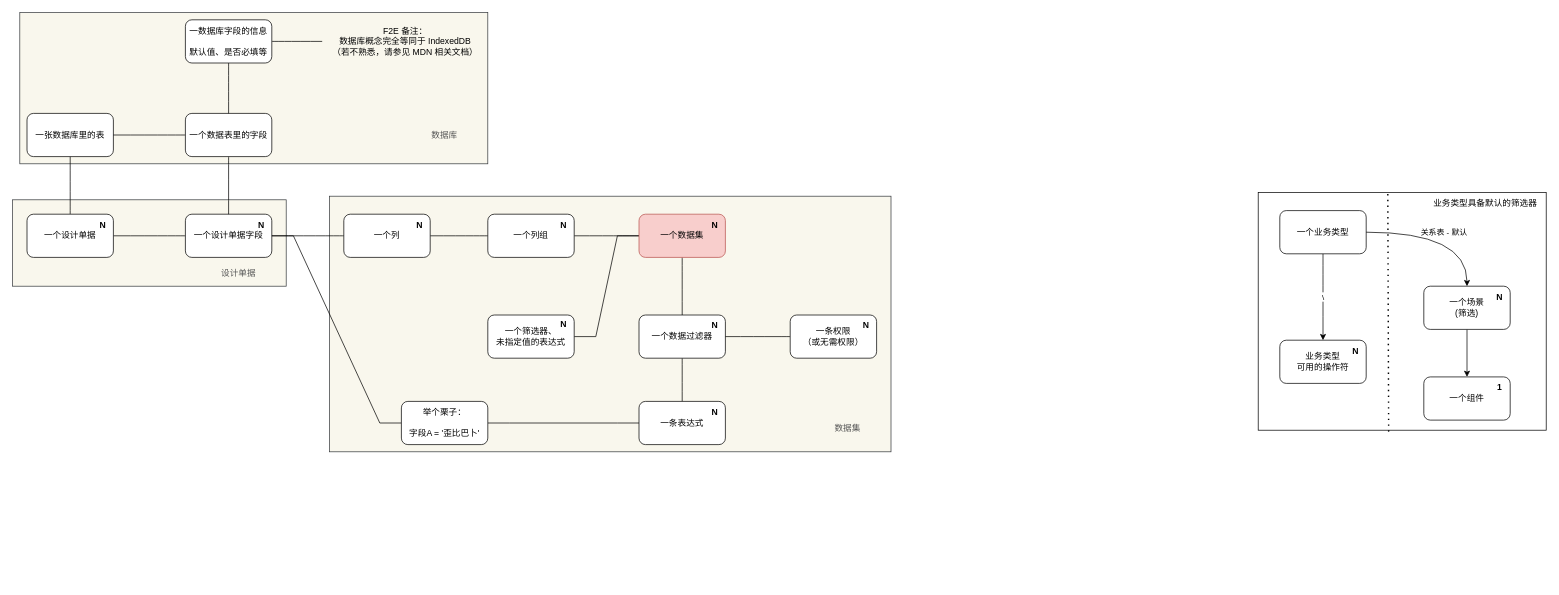
Before: page "Dataset Struct" (6 of 6) of 结构分析.drawio in uiosun/diagrams, a draw.io diagram. Source tidied: cells renumbered, new cells numbered last; positions are measured from the earlier drawing's top-left corner, leaving out a move shared by most shapes. Both pictures are drawn from the tidied source at 72%, with x=0, y=0 at pixel (12, 12).
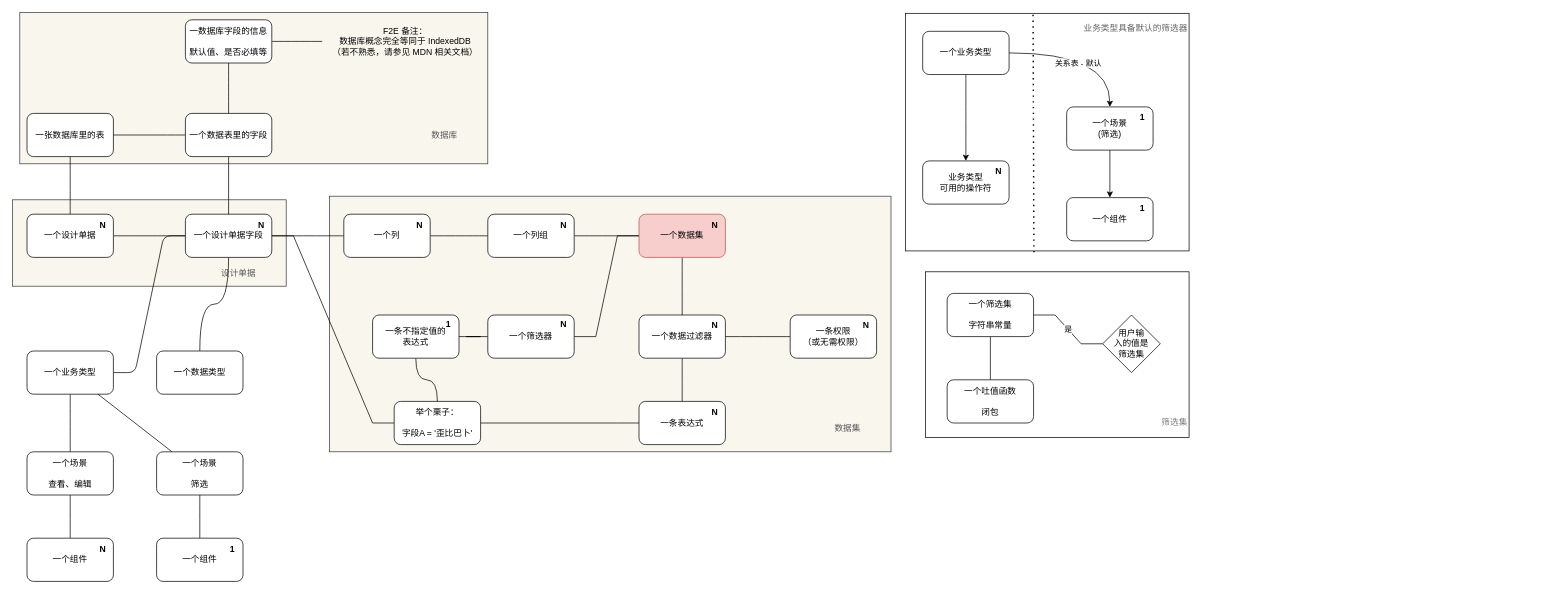
Above is the later version.

Unchanged cells that the change refers to:
```xml
<mxCell id="19" value="一个设计单据字段" style="whiteSpace=wrap;html=1;rounded=1;" parent="1" vertex="1">
  <mxGeometry x="240" y="280" width="120" height="60" as="geometry" />
</mxCell>
```

The edit, as a diff of the source:
```diff
@@
+    <mxCell id="56" style="edgeStyle=orthogonalEdgeStyle;curved=1;rounded=1;jettySize=auto;html=1;endArrow=none;endFill=0;" parent="1" edge="1" source="19" target="66">
+      <mxGeometry relative="1" as="geometry" />
+    </mxCell>
@@
-    <mxCell id="30" style="rounded=0;whiteSpace=wrap;html=1;" parent="1" vertex="1">
-      <mxGeometry x="1730" y="250" width="400" height="330" as="geometry" />
+    <mxCell id="30" value="&lt;span style=&quot;&quot;&gt;&lt;font color=&quot;#636363&quot;&gt;业务类型具备默认的筛选器&lt;br&gt;&lt;br&gt;&lt;br&gt;&lt;br&gt;&lt;br&gt;&lt;br&gt;&lt;br&gt;&lt;br&gt;&lt;br&gt;&lt;br&gt;&lt;br&gt;&lt;br&gt;&lt;br&gt;&lt;br&gt;&lt;br&gt;&lt;br&gt;&lt;br&gt;&lt;br&gt;&lt;br&gt;&lt;br&gt;&lt;/font&gt;&lt;br&gt;&lt;/span&gt;" style="rounded=0;whiteSpace=wrap;html=1;align=right;" parent="1" vertex="1">
+      <mxGeometry x="1240" y="1" width="394" height="330" as="geometry" />
     </mxCell>
-    <mxCell id="31" value="业务类型具备默认的筛选器" style="text;html=1;align=center;verticalAlign=middle;strokeColor=none;fillColor=none;" parent="1" vertex="1">
-      <mxGeometry x="1960" y="250" width="170" height="30" as="geometry" />
-    </mxCell>
-    <mxCell id="32" value="\&lt;br&gt;" style="edgeStyle=orthogonalEdgeStyle;rounded=0;jettySize=auto;html=1;curved=1;" parent="1" edge="1" source="33" target="34">
+    <mxCell id="32" style="edgeStyle=orthogonalEdgeStyle;rounded=0;jettySize=auto;html=1;curved=1;" parent="1" edge="1" source="33" target="34">
       <mxGeometry relative="1" as="geometry" />
     </mxCell>
     <mxCell id="33" value="&lt;div&gt;一个业务类型&lt;/div&gt;" style="rounded=1;whiteSpace=wrap;html=1;" parent="1" vertex="1">
-      <mxGeometry x="1760" y="275" width="120" height="60" as="geometry" />
+      <mxGeometry x="1264" y="26" width="120" height="60" as="geometry" />
     </mxCell>
     <mxCell id="34" value="&lt;div&gt;业务类型&lt;/div&gt;&lt;div&gt;可用的操作符&lt;/div&gt;" style="rounded=1;whiteSpace=wrap;html=1;" parent="1" vertex="1">
-      <mxGeometry x="1760" y="455" width="120" height="60" as="geometry" />
+      <mxGeometry x="1264" y="206" width="120" height="60" as="geometry" />
     </mxCell>
@@
     <mxCell id="36" value="&lt;div&gt;一个场景&lt;/div&gt;&lt;div&gt;(筛选)&lt;/div&gt;" style="rounded=1;whiteSpace=wrap;html=1;" parent="1" vertex="1">
-      <mxGeometry x="1960" y="380" width="120" height="60" as="geometry" />
+      <mxGeometry x="1464" y="131" width="120" height="60" as="geometry" />
     </mxCell>
     <mxCell id="37" value="关系表 - 默认" style="edgeStyle=orthogonalEdgeStyle;rounded=0;jettySize=auto;html=1;curved=1;" parent="1" edge="1" source="33" target="36">
-      <mxGeometry relative="1" as="geometry" />
+      <mxGeometry x="-0.11" y="-14" relative="1" as="geometry" />
     </mxCell>
     <mxCell id="38" value="一个组件" style="rounded=1;whiteSpace=wrap;html=1;" parent="1" vertex="1">
-      <mxGeometry x="1960" y="506" width="120" height="60" as="geometry" />
+      <mxGeometry x="1464" y="257" width="120" height="60" as="geometry" />
     </mxCell>
@@
     <mxCell id="42" value="举个栗子：&lt;br&gt;&lt;br&gt;字段A = '歪比巴卜'" style="rounded=1;whiteSpace=wrap;html=1;" parent="1" vertex="1">
-      <mxGeometry x="540" y="540" width="120" height="60" as="geometry" />
+      <mxGeometry x="530" y="540" width="120" height="60" as="geometry" />
     </mxCell>
+    <mxCell id="57" style="edgeStyle=entityRelationEdgeStyle;rounded=0;jettySize=auto;html=1;endArrow=none;endFill=0;" parent="1" edge="1" source="43" target="59">
+      <mxGeometry relative="1" as="geometry" />
+    </mxCell>
-    <mxCell id="43" value="一个筛选器、&lt;br&gt;未指定值的表达式" style="rounded=1;whiteSpace=wrap;html=1;" parent="1" vertex="1">
+    <mxCell id="43" value="一个筛选器" style="rounded=1;whiteSpace=wrap;html=1;" parent="1" vertex="1">
       <mxGeometry x="660" y="420" width="120" height="60" as="geometry" />
     </mxCell>
@@
     <mxCell id="53" value="&lt;b&gt;N&lt;/b&gt;" style="text;html=1;align=center;verticalAlign=middle;strokeColor=none;fillColor=none;" parent="1" vertex="1">
-      <mxGeometry x="1850" y="455" width="30" height="30" as="geometry" />
+      <mxGeometry x="1354" y="206" width="30" height="30" as="geometry" />
     </mxCell>
-    <mxCell id="54" value="&lt;b&gt;N&lt;/b&gt;" style="text;html=1;align=center;verticalAlign=middle;strokeColor=none;fillColor=none;" parent="1" vertex="1">
-      <mxGeometry x="2050" y="380" width="30" height="30" as="geometry" />
+    <mxCell id="54" value="&lt;b&gt;1&lt;/b&gt;" style="text;html=1;align=center;verticalAlign=middle;strokeColor=none;fillColor=none;" parent="1" vertex="1">
+      <mxGeometry x="1554" y="131" width="30" height="30" as="geometry" />
     </mxCell>
     <mxCell id="55" value="&lt;b&gt;1&lt;/b&gt;" style="text;html=1;align=center;verticalAlign=middle;strokeColor=none;fillColor=none;" parent="1" vertex="1">
-      <mxGeometry x="2050" y="506" width="30" height="30" as="geometry" />
+      <mxGeometry x="1554" y="257" width="30" height="30" as="geometry" />
     </mxCell>
+    <mxCell id="58" style="edgeStyle=orthogonalEdgeStyle;rounded=0;jettySize=auto;html=1;endArrow=none;endFill=0;curved=1;" parent="1" edge="1" source="59" target="42">
+      <mxGeometry relative="1" as="geometry" />
+    </mxCell>
+    <mxCell id="59" value="一条不指定值的&lt;br&gt;表达式" style="rounded=1;whiteSpace=wrap;html=1;" parent="1" vertex="1">
+      <mxGeometry x="500" y="420" width="120" height="60" as="geometry" />
+    </mxCell>
+    <mxCell id="60" value="&lt;span style=&quot;&quot;&gt;&lt;font color=&quot;#7d7d7d&quot;&gt;&lt;br&gt;&lt;br&gt;&lt;br&gt;&lt;br&gt;&lt;br&gt;&lt;br&gt;&lt;br&gt;&lt;br&gt;&lt;br&gt;&lt;br&gt;&lt;br&gt;&lt;br&gt;&lt;br&gt;筛选集&lt;/font&gt;&lt;/span&gt;" style="rounded=0;whiteSpace=wrap;html=1;align=right;" parent="1" vertex="1">
+      <mxGeometry x="1268" y="360" width="366" height="230" as="geometry" />
+    </mxCell>
+    <mxCell id="61" style="rounded=0;jettySize=auto;html=1;endArrow=none;endFill=0;" parent="1" edge="1" source="62" target="63">
+      <mxGeometry relative="1" as="geometry" />
+    </mxCell>
+    <mxCell id="62" value="一个筛选集&lt;br&gt;&lt;br&gt;字符串常量" style="rounded=1;whiteSpace=wrap;html=1;" parent="1" vertex="1">
+      <mxGeometry x="1298" y="390" width="120" height="60" as="geometry" />
+    </mxCell>
+    <mxCell id="63" value="一个吐值函数&lt;br&gt;&lt;br&gt;闭包" style="rounded=1;whiteSpace=wrap;html=1;" parent="1" vertex="1">
+      <mxGeometry x="1298" y="510" width="120" height="60" as="geometry" />
+    </mxCell>
+    <mxCell id="64" value="是" style="edgeStyle=entityRelationEdgeStyle;rounded=0;jettySize=auto;html=1;endArrow=none;endFill=0;" parent="1" edge="1" source="65" target="62">
+      <mxGeometry relative="1" as="geometry" />
+    </mxCell>
+    <mxCell id="65" value="用户输&lt;br&gt;入的值是&lt;br&gt;筛选集" style="rhombus;whiteSpace=wrap;html=1;" parent="1" vertex="1">
+      <mxGeometry x="1514" y="420" width="80" height="80" as="geometry" />
+    </mxCell>
+    <mxCell id="66" value="一个数据类型" style="whiteSpace=wrap;html=1;rounded=1;" parent="1" vertex="1">
+      <mxGeometry x="200" y="470" width="120" height="60" as="geometry" />
+    </mxCell>
+    <mxCell id="67" value="&lt;b&gt;1&lt;/b&gt;" style="text;html=1;align=center;verticalAlign=middle;strokeColor=none;fillColor=none;" parent="1" vertex="1">
+      <mxGeometry x="590" y="417.5" width="30" height="30" as="geometry" />
+    </mxCell>
+    <mxCell id="68" style="edgeStyle=orthogonalEdgeStyle;curved=1;rounded=1;jettySize=auto;html=1;endArrow=none;endFill=0;" parent="1" edge="1" source="70" target="72">
+      <mxGeometry relative="1" as="geometry" />
+    </mxCell>
+    <mxCell id="69" style="edgeStyle=entityRelationEdgeStyle;rounded=1;jettySize=auto;html=1;endArrow=none;endFill=0;elbow=vertical;" parent="1" edge="1" source="70" target="19">
+      <mxGeometry relative="1" as="geometry" />
+    </mxCell>
+    <mxCell id="70" value="一个业务类型" style="whiteSpace=wrap;html=1;rounded=1;" parent="1" vertex="1">
+      <mxGeometry x="20" y="470" width="120" height="60" as="geometry" />
+    </mxCell>
+    <mxCell id="71" style="edgeStyle=orthogonalEdgeStyle;curved=1;rounded=1;jettySize=auto;html=1;endArrow=none;endFill=0;" parent="1" edge="1" source="72" target="73">
+      <mxGeometry relative="1" as="geometry" />
+    </mxCell>
+    <mxCell id="72" value="一个场景&lt;br&gt;&lt;br&gt;查看、编辑" style="whiteSpace=wrap;html=1;rounded=1;" parent="1" vertex="1">
+      <mxGeometry x="20" y="610" width="120" height="60" as="geometry" />
+    </mxCell>
+    <mxCell id="73" value="一个组件" style="whiteSpace=wrap;html=1;rounded=1;" parent="1" vertex="1">
+      <mxGeometry x="20" y="730" width="120" height="60" as="geometry" />
+    </mxCell>
+    <mxCell id="74" value="&lt;b&gt;N&lt;/b&gt;" style="text;html=1;align=center;verticalAlign=middle;strokeColor=none;fillColor=none;" parent="1" vertex="1">
+      <mxGeometry x="110" y="730" width="30" height="30" as="geometry" />
+    </mxCell>
+    <mxCell id="75" style="edgeStyle=orthogonalEdgeStyle;curved=1;rounded=1;jettySize=auto;html=1;endArrow=none;endFill=0;" parent="1" edge="1" source="79" target="76">
+      <mxGeometry relative="1" as="geometry" />
+    </mxCell>
+    <mxCell id="76" value="一个组件" style="whiteSpace=wrap;html=1;rounded=1;" parent="1" vertex="1">
+      <mxGeometry x="200" y="730" width="120" height="60" as="geometry" />
+    </mxCell>
+    <mxCell id="77" value="&lt;b&gt;1&lt;/b&gt;" style="text;html=1;align=center;verticalAlign=middle;strokeColor=none;fillColor=none;" parent="1" vertex="1">
+      <mxGeometry x="290" y="730" width="30" height="30" as="geometry" />
+    </mxCell>
+    <mxCell id="78" style="rounded=1;jettySize=auto;html=1;endArrow=none;endFill=0;elbow=vertical;" parent="1" edge="1" source="79" target="70">
+      <mxGeometry relative="1" as="geometry" />
+    </mxCell>
+    <mxCell id="79" value="一个场景&lt;br&gt;&lt;br&gt;筛选" style="whiteSpace=wrap;html=1;rounded=1;" parent="1" vertex="1">
+      <mxGeometry x="200" y="610" width="120" height="60" as="geometry" />
+    </mxCell>
```
